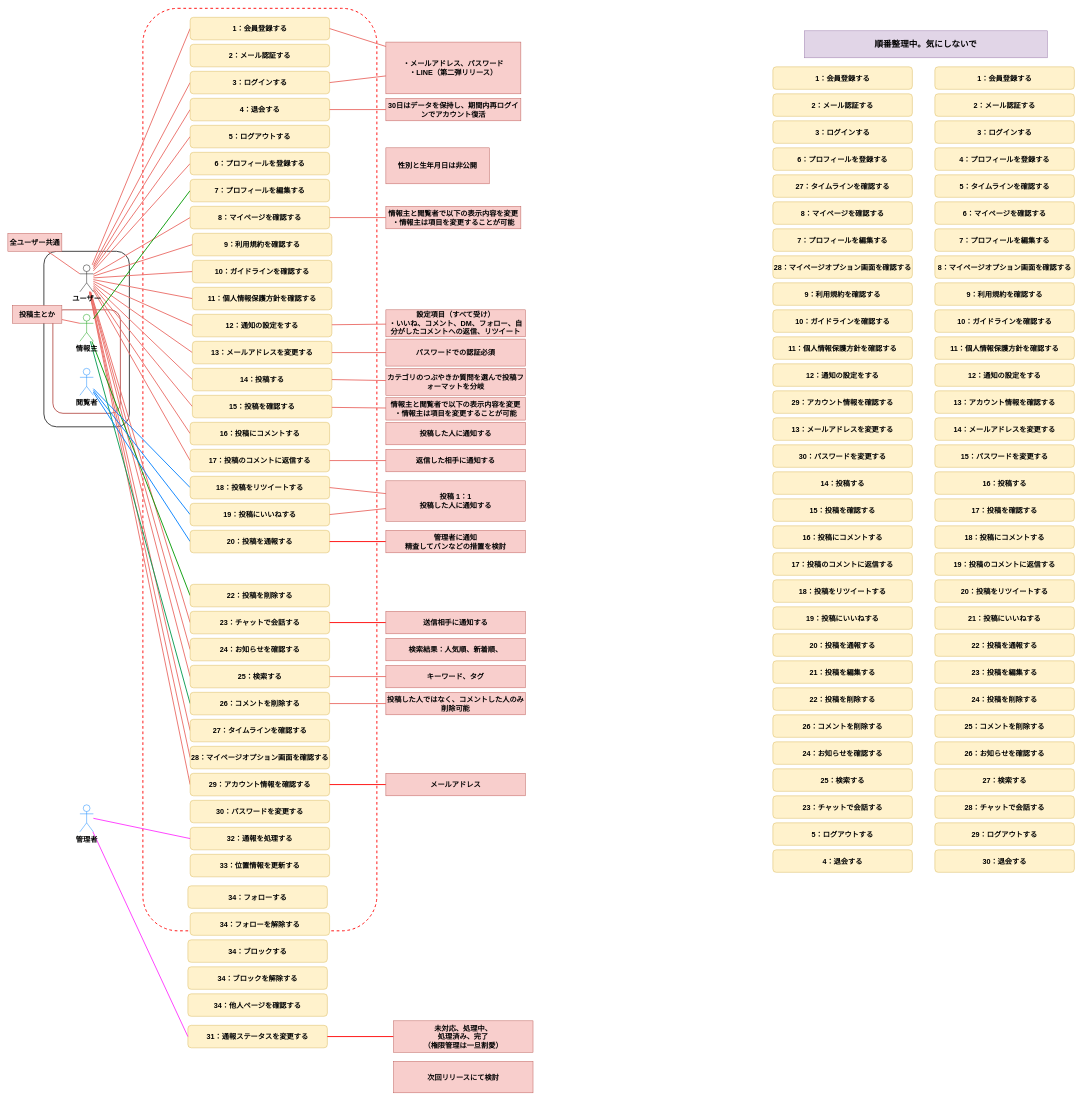
haseryo0403/VenTal keeps this draw.io diagram as page "ユースケース図" (1 of 4) of modeling.drawio. Above is the earlier version. Source tidied: cells renumbered, new cells numbered last; positions are measured from the earlier drawing's top-left corner, leaving out a move shared by most shapes. Both pictures are drawn from the tidied source at 45%, with x=0, y=0 at pixel (8, 8).
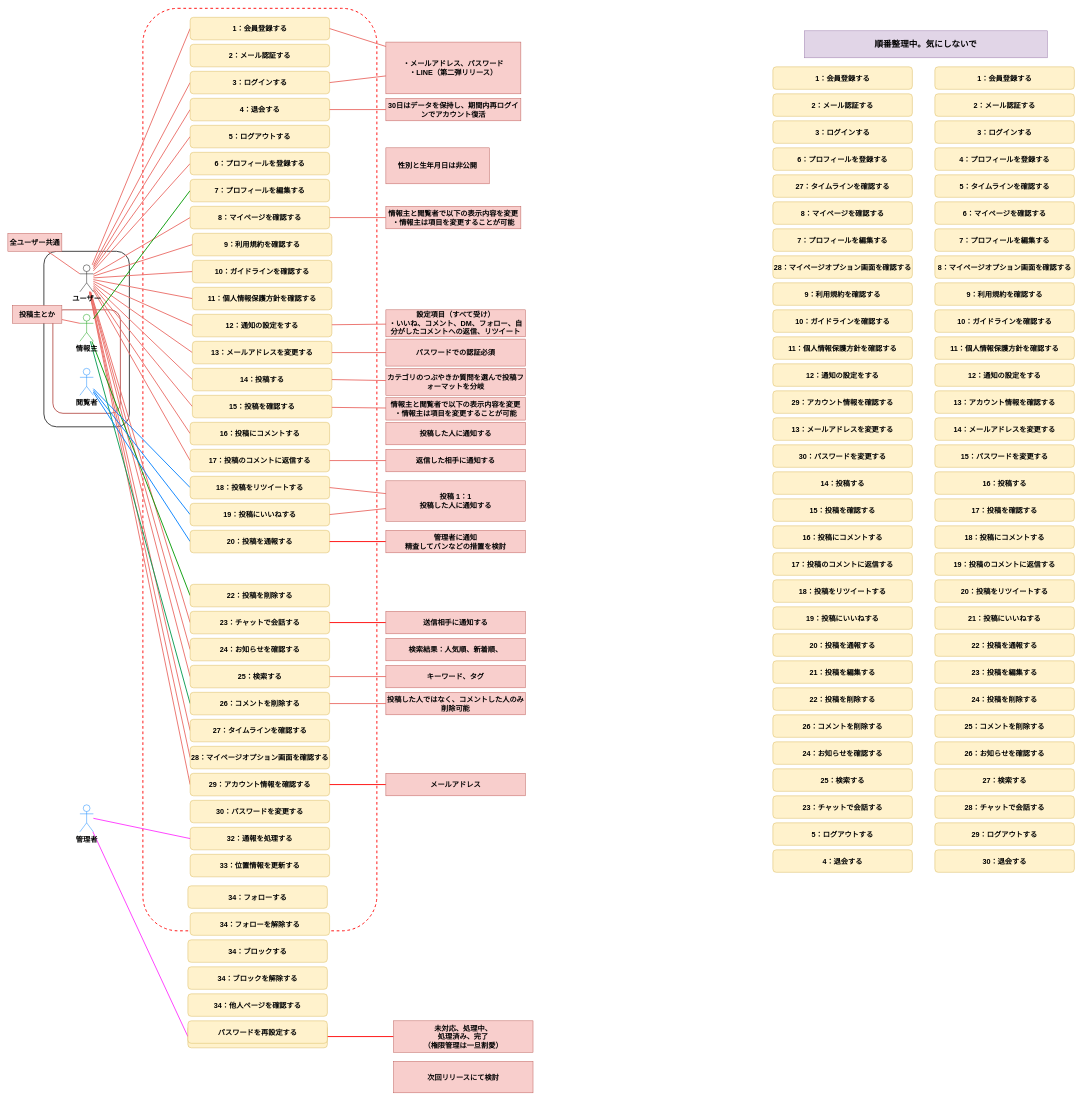
After the change.

Commit message:
軽微な修正

Diff of the diagram source:
```diff
@@
+    <mxCell id="177" value="パスワードを再設定する" style="rounded=1;whiteSpace=wrap;html=1;strokeColor=#d6b656;align=center;verticalAlign=middle;fontFamily=Helvetica;fontSize=16;fontStyle=1;fillColor=#fff2cc;" parent="1" vertex="1">
+      <mxGeometry x="400" y="2250" width="310" height="50" as="geometry" />
+    </mxCell>
```
